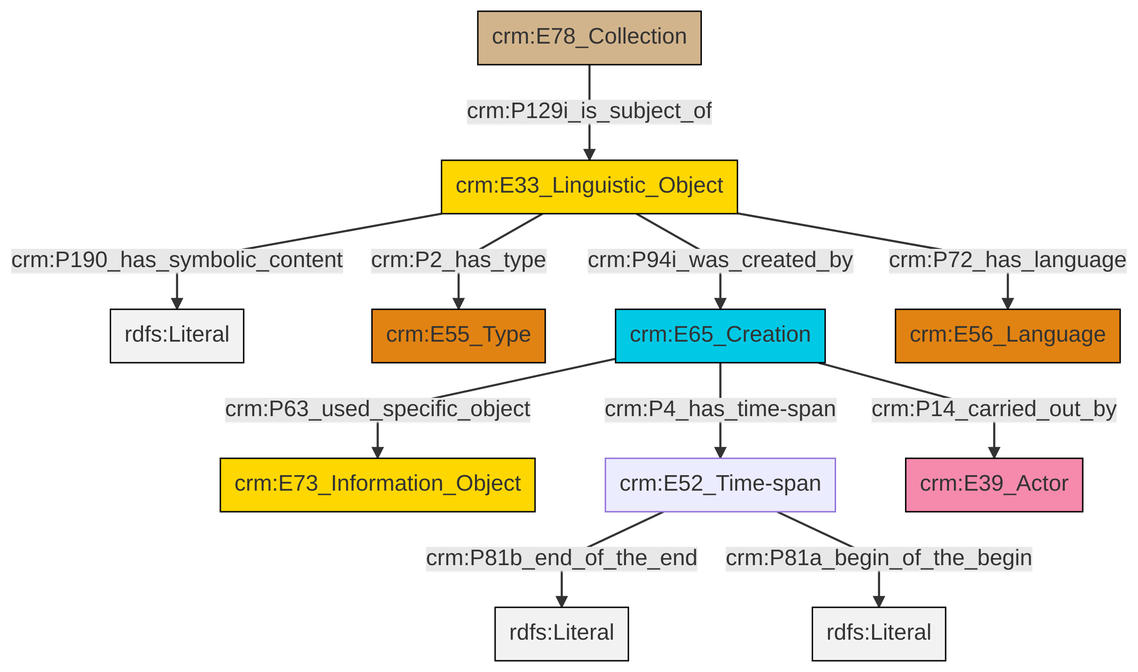
This is et/archivalCSV/ttl/mmd/png/archival_desc.png from swiss-art-research-net/docs.swissartresearch, a Mermaid export, as it was before one commit. Its source is kept beside it as et/archivalCSV/ttl/mmd/archival_desc.ttl.mmd.
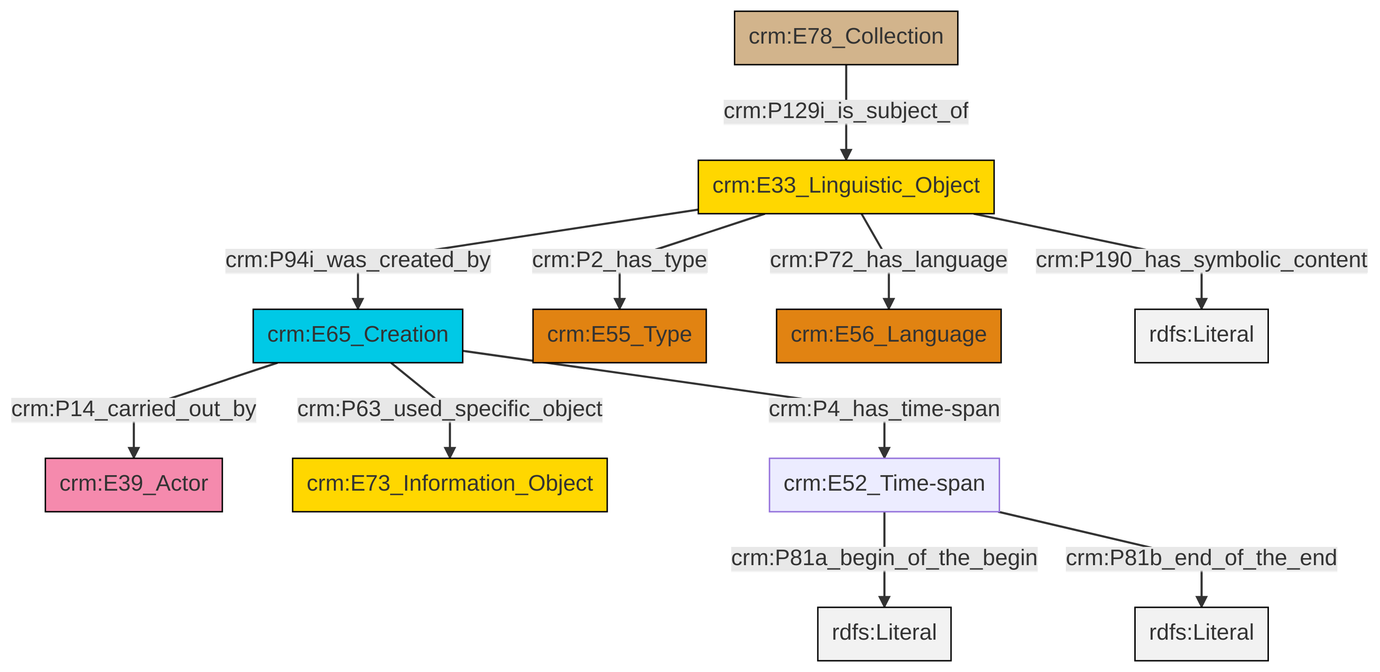
After the change.

What changed in the source:
```diff
@@ -13,13 +13,13 @@
 classDef PC_Classes fill:#4ce600, stroke:#000000;
 classDef Multi fill:#cccccc,stroke:#000000;
 
-0["crm:E33_Linguistic_Object"]:::Conceptual_Object -->|crm:P190_has_symbolic_content| 1[rdfs:Literal]:::Literal
-5["crm:E65_Creation"]:::Temporal_Entity -->|crm:P63_used_specific_object| 6["crm:E73_Information_Object"]:::Conceptual_Object
-0["crm:E33_Linguistic_Object"]:::Conceptual_Object -->|crm:P94i_was_created_by| 5["crm:E65_Creation"]:::Temporal_Entity
-7["crm:E52_Time-span"]:::Default -->|crm:P81b_end_of_the_end| 8[rdfs:Literal]:::Literal
-5["crm:E65_Creation"]:::Temporal_Entity -->|crm:P14_carried_out_by| 9["crm:E39_Actor"]:::Actor
-7["crm:E52_Time-span"]:::Default -->|crm:P81a_begin_of_the_begin| 12[rdfs:Literal]:::Literal
-5["crm:E65_Creation"]:::Temporal_Entity -->|crm:P4_has_time-span| 7["crm:E52_Time-span"]:::Default
-10["crm:E78_Collection"]:::Physical_Thing -->|crm:P129i_is_subject_of| 0["crm:E33_Linguistic_Object"]:::Conceptual_Object
-0["crm:E33_Linguistic_Object"]:::Conceptual_Object -->|crm:P2_has_type| 3["crm:E55_Type"]:::Type
-0["crm:E33_Linguistic_Object"]:::Conceptual_Object -->|crm:P72_has_language| 15["crm:E56_Language"]:::Type
+0["crm:E65_Creation"]:::Temporal_Entity -->|crm:P14_carried_out_by| 1["crm:E39_Actor"]:::Actor
+0["crm:E65_Creation"]:::Temporal_Entity -->|crm:P63_used_specific_object| 4["crm:E73_Information_Object"]:::Conceptual_Object
+8["crm:E52_Time-span"]:::Default -->|crm:P81a_begin_of_the_begin| 9[rdfs:Literal]:::Literal
+10["crm:E33_Linguistic_Object"]:::Conceptual_Object -->|crm:P2_has_type| 2["crm:E55_Type"]:::Type
+0["crm:E65_Creation"]:::Temporal_Entity -->|crm:P4_has_time-span| 8["crm:E52_Time-span"]:::Default
+8["crm:E52_Time-span"]:::Default -->|crm:P81b_end_of_the_end| 16[rdfs:Literal]:::Literal
+6["crm:E78_Collection"]:::Physical_Thing -->|crm:P129i_is_subject_of| 10["crm:E33_Linguistic_Object"]:::Conceptual_Object
+10["crm:E33_Linguistic_Object"]:::Conceptual_Object -->|crm:P72_has_language| 11["crm:E56_Language"]:::Type
+10["crm:E33_Linguistic_Object"]:::Conceptual_Object -->|crm:P94i_was_created_by| 0["crm:E65_Creation"]:::Temporal_Entity
+10["crm:E33_Linguistic_Object"]:::Conceptual_Object -->|crm:P190_has_symbolic_content| 18[rdfs:Literal]:::Literal
```
